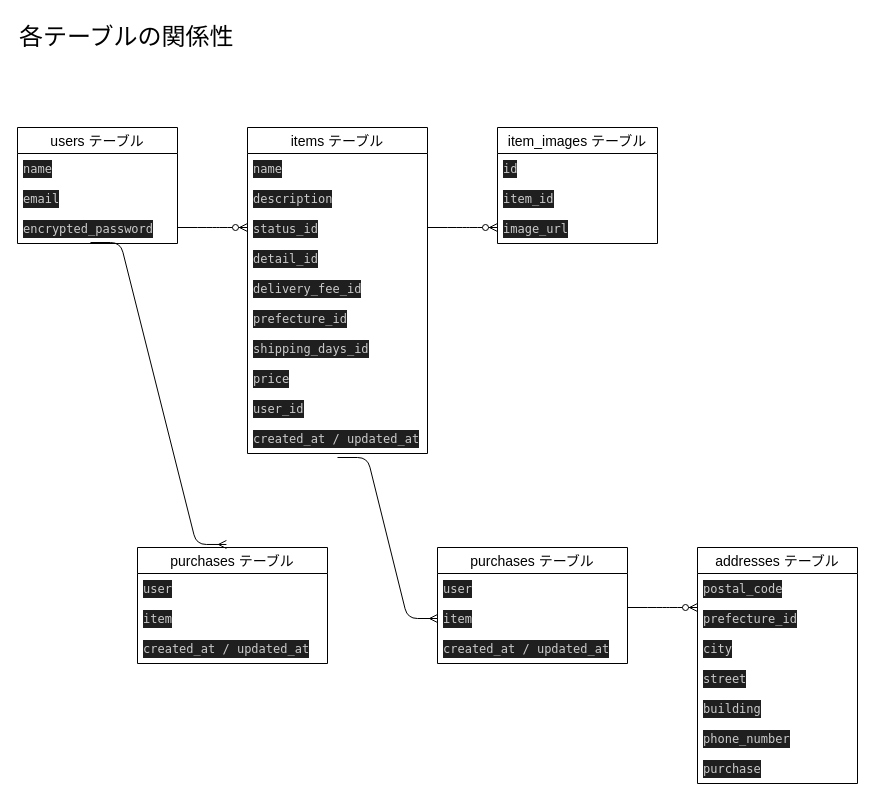
This is ED.dio from taniguuuuuuuu/furima-42543, a draw.io file, before an edit. Source tidied: cells renumbered, new cells numbered last; positions are measured from the earlier drawing's top-left corner, leaving out a move shared by most shapes. Both pictures are drawn from the tidied source at 100%, with x=0, y=0 at pixel (17, 17).
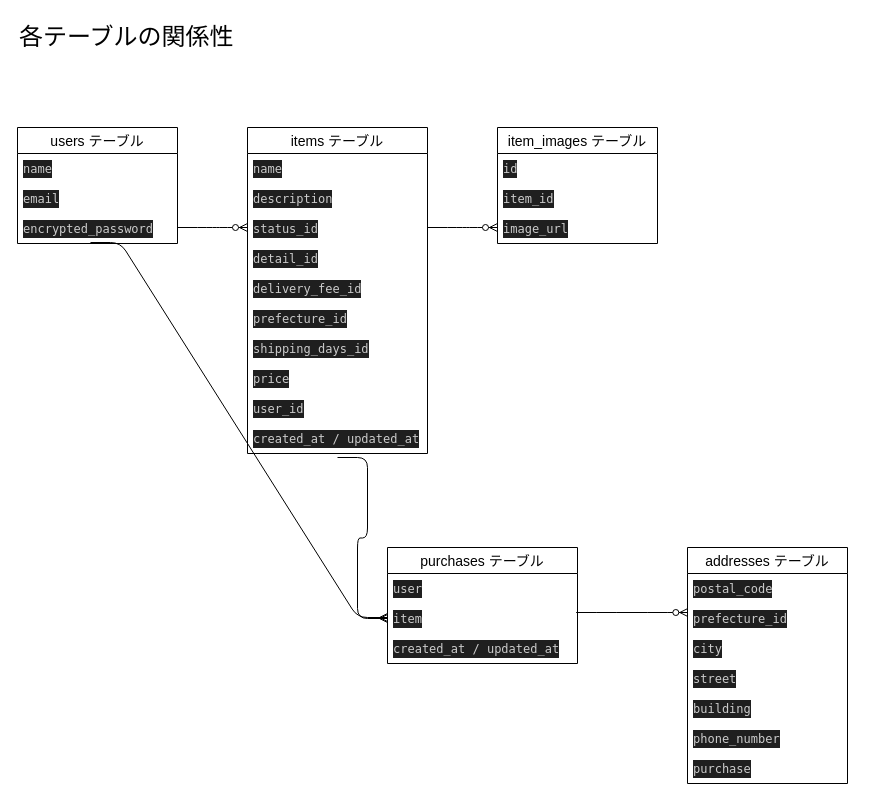
The same diagram, later.

Commit message (it also covers changes not shown here):
データベース設計更新②

Unchanged cells that the change refers to:
```xml
<mxCell id="6" value="&lt;div style=&quot;color: rgb(204, 204, 204); background-color: rgb(31, 31, 31); font-family: Menlo, Monaco, &amp;quot;Courier New&amp;quot;, monospace; line-height: 18px; white-space: pre;&quot;&gt;&lt;span style=&quot;color: #cccccc;&quot;&gt;encrypted_password&lt;/span&gt;&lt;/div&gt;" style="text;strokeColor=none;fillColor=none;spacingLeft=4;spacingRight=4;overflow=hidden;points=[[0,0.5],[1,0.5]];portConstraint=eastwest;fontSize=12;whiteSpace=wrap;html=1;" parent="3" vertex="1">
  <mxGeometry y="86" width="160" height="30" as="geometry" />
</mxCell>
<mxCell id="31" value="&lt;div style=&quot;color: rgb(204, 204, 204); background-color: rgb(31, 31, 31); font-family: Menlo, Monaco, &amp;quot;Courier New&amp;quot;, monospace; line-height: 18px; white-space: pre;&quot;&gt;&lt;div style=&quot;color: rgb(204, 204, 204); line-height: 18px;&quot;&gt;&lt;span style=&quot;color: #cccccc;&quot;&gt;item&lt;/span&gt;&lt;/div&gt;&lt;/div&gt;" style="text;strokeColor=none;fillColor=none;spacingLeft=4;spacingRight=4;overflow=hidden;points=[[0,0.5],[1,0.5]];portConstraint=eastwest;fontSize=12;whiteSpace=wrap;html=1;" parent="29" vertex="1">
  <mxGeometry y="56" width="190" height="30" as="geometry" />
</mxCell>
<mxCell id="37" value="&lt;div style=&quot;color: rgb(204, 204, 204); background-color: rgb(31, 31, 31); font-family: Menlo, Monaco, &amp;quot;Courier New&amp;quot;, monospace; line-height: 18px; white-space: pre;&quot;&gt;&lt;div style=&quot;color: rgb(204, 204, 204); line-height: 18px;&quot;&gt;&lt;span style=&quot;color: #cccccc;&quot;&gt;prefecture_id&lt;/span&gt;&lt;/div&gt;&lt;/div&gt;" style="text;strokeColor=none;fillColor=none;spacingLeft=4;spacingRight=4;overflow=hidden;points=[[0,0.5],[1,0.5]];portConstraint=eastwest;fontSize=12;whiteSpace=wrap;html=1;" parent="35" vertex="1">
  <mxGeometry y="56" width="160" height="30" as="geometry" />
</mxCell>
```

What changed in the source:
```diff
@@
-    <mxCell id="24" value="purchases テーブル" style="swimlane;fontStyle=0;horizontal=1;startSize=26;align=center;fontSize=14;direction=east;" parent="1" vertex="1">
-      <mxGeometry x="120" y="530" width="190" height="116" as="geometry" />
-    </mxCell>
-    <mxCell id="25" value="&lt;div style=&quot;color: rgb(204, 204, 204); background-color: rgb(31, 31, 31); font-family: Menlo, Monaco, &amp;quot;Courier New&amp;quot;, monospace; line-height: 18px; white-space: pre;&quot;&gt;&lt;div style=&quot;color: rgb(204, 204, 204); line-height: 18px;&quot;&gt;&lt;span style=&quot;color: #cccccc;&quot;&gt;user&lt;/span&gt;&lt;/div&gt;&lt;/div&gt;" style="text;strokeColor=none;fillColor=none;spacingLeft=4;spacingRight=4;overflow=hidden;fontSize=12;whiteSpace=wrap;html=1;" parent="24" vertex="1">
-      <mxGeometry y="26" width="190" height="30" as="geometry" />
-    </mxCell>
-    <mxCell id="26" value="&lt;div style=&quot;color: rgb(204, 204, 204); background-color: rgb(31, 31, 31); font-family: Menlo, Monaco, &amp;quot;Courier New&amp;quot;, monospace; line-height: 18px; white-space: pre;&quot;&gt;&lt;div style=&quot;color: rgb(204, 204, 204); line-height: 18px;&quot;&gt;&lt;span style=&quot;color: #cccccc;&quot;&gt;item&lt;/span&gt;&lt;/div&gt;&lt;/div&gt;" style="text;strokeColor=none;fillColor=none;spacingLeft=4;spacingRight=4;overflow=hidden;fontSize=12;whiteSpace=wrap;html=1;" parent="24" vertex="1">
-      <mxGeometry y="56" width="190" height="30" as="geometry" />
-    </mxCell>
-    <mxCell id="27" value="&lt;div style=&quot;color: rgb(204, 204, 204); background-color: rgb(31, 31, 31); font-family: Menlo, Monaco, &amp;quot;Courier New&amp;quot;, monospace; line-height: 18px; white-space: pre;&quot;&gt;&lt;div style=&quot;color: rgb(204, 204, 204); line-height: 18px;&quot;&gt;&lt;span style=&quot;color: #cccccc;&quot;&gt;created_at / updated_at&lt;/span&gt;&lt;/div&gt;&lt;/div&gt;" style="text;strokeColor=none;fillColor=none;spacingLeft=4;spacingRight=4;overflow=hidden;fontSize=12;whiteSpace=wrap;html=1;" parent="24" vertex="1">
-      <mxGeometry y="86" width="190" height="30" as="geometry" />
-    </mxCell>
-    <mxCell id="28" style="edgeStyle=entityRelationEdgeStyle;fontSize=12;html=1;endArrow=ERmany;exitX=0.456;exitY=0.967;exitDx=0;exitDy=0;exitPerimeter=0;entryX=0.468;entryY=-0.026;entryDx=0;entryDy=0;entryPerimeter=0;" parent="1" edge="1" source="6" target="24">
+    <mxCell id="28" style="edgeStyle=entityRelationEdgeStyle;fontSize=12;html=1;endArrow=ERmany;exitX=0.456;exitY=0.967;exitDx=0;exitDy=0;exitPerimeter=0;" parent="1" edge="1" source="6">
       <mxGeometry relative="1" as="geometry">
+        <mxPoint x="370" y="600" as="targetPoint" />
         <Array as="points">
           <mxPoint x="80" y="260" />
           <mxPoint x="80" y="270" />
+          <mxPoint x="330" y="600" />
           <mxPoint x="80" y="340" />
           <mxPoint x="80" y="260" />
         </Array>
       </mxGeometry>
     </mxCell>
     <mxCell id="29" value="purchases テーブル" style="swimlane;fontStyle=0;horizontal=1;startSize=26;align=center;fontSize=14;direction=east;" parent="1" vertex="1">
-      <mxGeometry x="420" y="530" width="190" height="116" as="geometry" />
+      <mxGeometry x="370" y="530" width="190" height="116" as="geometry" />
     </mxCell>
@@
-    <mxCell id="34" style="edgeStyle=entityRelationEdgeStyle;fontSize=12;html=1;endArrow=ERzeroToMany;endFill=1;" parent="1" edge="1">
+    <mxCell id="34" style="edgeStyle=entityRelationEdgeStyle;fontSize=12;html=1;endArrow=ERzeroToMany;endFill=1;exitX=0.993;exitY=0.3;exitDx=0;exitDy=0;exitPerimeter=0;entryX=0.002;entryY=0.3;entryDx=0;entryDy=0;entryPerimeter=0;" parent="1" edge="1" source="31" target="37">
       <mxGeometry relative="1" as="geometry">
-        <mxPoint x="610" y="590" as="sourcePoint" />
-        <mxPoint x="680" y="590" as="targetPoint" />
         <Array as="points">
           <mxPoint x="670" y="580" />
+          <mxPoint x="630" y="590" />
           <mxPoint x="660" y="560" />
         </Array>
       </mxGeometry>
     </mxCell>
     <mxCell id="35" value="addresses テーブル" style="swimlane;fontStyle=0;horizontal=1;startSize=26;align=center;fontSize=14;" parent="1" vertex="1">
-      <mxGeometry x="680" y="530" width="160" height="236" as="geometry" />
+      <mxGeometry x="670" y="530" width="160" height="236" as="geometry" />
     </mxCell>
```
